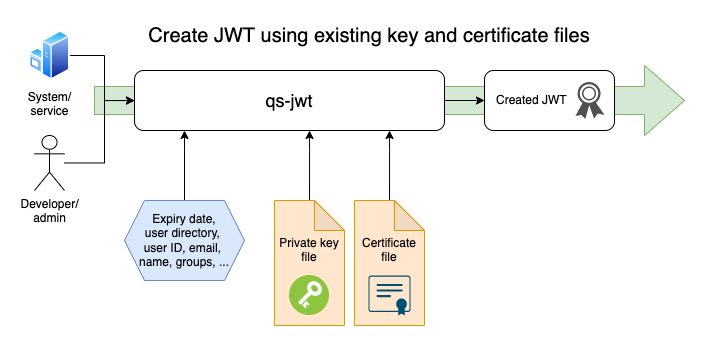
Earlier version of the draw.io export docs/img/qs-jwt-qseow-existing-cert-file-1.png (ptarmiganlabs/qs-jwt). Source tidied: cells renumbered, new cells last; positions are measured from the earlier drawing's top-left corner, leaving out a move shared by most shapes.
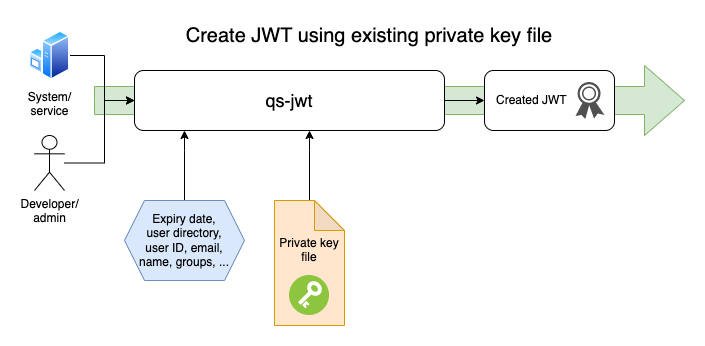
After the commit.

Diff of the diagram source:
```diff
@@ -5,13 +5,13 @@
     <mxCell id="2" style="html=1;shadow=0;dashed=0;align=center;verticalAlign=middle;shape=mxgraph.arrows2.arrow;dy=0.6;dx=40;notch=0;fillColor=#d5e8d4;strokeColor=#82b366;" parent="1" vertex="1">
       <mxGeometry x="66" y="45" width="590" height="70" as="geometry" />
     </mxCell>
-    <mxCell id="3" style="edgeStyle=orthogonalEdgeStyle;rounded=0;jettySize=auto;html=1;" parent="1" edge="1" source="4" target="14">
+    <mxCell id="3" style="edgeStyle=orthogonalEdgeStyle;rounded=0;jettySize=auto;html=1;" parent="1" edge="1" source="4" target="11">
       <mxGeometry relative="1" as="geometry" />
     </mxCell>
     <mxCell id="4" value="qs-jwt" style="rounded=1;whiteSpace=wrap;html=1;fontSize=18;" parent="1" vertex="1">
       <mxGeometry x="106" y="50" width="310" height="60" as="geometry" />
     </mxCell>
-    <mxCell id="5" value="Create JWT using existing key and certificate files" style="text;html=1;strokeColor=none;fillColor=none;align=center;verticalAlign=middle;whiteSpace=wrap;rounded=0;fontSize=20;" parent="1" vertex="1">
+    <mxCell id="5" value="Create JWT using existing private key file" style="text;html=1;strokeColor=none;fillColor=none;align=center;verticalAlign=middle;whiteSpace=wrap;rounded=0;fontSize=20;" parent="1" vertex="1">
       <mxGeometry x="106" width="470" height="30" as="geometry" />
     </mxCell>
     <mxCell id="6" style="edgeStyle=orthogonalEdgeStyle;rounded=0;jettySize=auto;html=1;" parent="1" edge="1" source="7" target="4">
@@ -28,58 +28,44 @@
     <mxCell id="8" style="perimeter=ellipsePerimeter;html=1;align=center;shadow=0;dashed=0;fontColor=#4277BB;labelBackgroundColor=#ffffff;fontSize=12;spacingTop=3;image;image=img/lib/ibm/vpc/Key.svg;" parent="1" vertex="1">
       <mxGeometry x="261" y="255" width="40" height="40" as="geometry" />
     </mxCell>
-    <mxCell id="9" style="edgeStyle=orthogonalEdgeStyle;rounded=0;jettySize=auto;html=1;fontSize=20;" parent="1" edge="1" source="10" target="4">
+    <mxCell id="9" style="edgeStyle=orthogonalEdgeStyle;rounded=0;jettySize=auto;html=1;" parent="1" edge="1" source="10" target="4">
       <mxGeometry relative="1" as="geometry">
         <Array as="points">
-          <mxPoint x="361" y="130" />
-          <mxPoint x="361" y="130" />
+          <mxPoint x="156" y="130" />
+          <mxPoint x="156" y="130" />
         </Array>
       </mxGeometry>
     </mxCell>
-    <mxCell id="10" value="&lt;br&gt;&lt;br&gt;Certificate&lt;br&gt;file" style="shape=note;whiteSpace=wrap;html=1;backgroundOutline=1;darkOpacity=0.05;verticalAlign=top;fillColor=#ffe6cc;strokeColor=#d79b00;" parent="1" vertex="1">
-      <mxGeometry x="326" y="180" width="70" height="125" as="geometry" />
+    <mxCell id="10" value="Expiry date,&lt;br&gt;user directory, &lt;br&gt;user ID, email, &lt;br&gt;name, groups, ..." style="shape=hexagon;perimeter=hexagonPerimeter2;whiteSpace=wrap;html=1;fixedSize=1;fillColor=#dae8fc;strokeColor=#6c8ebf;" parent="1" vertex="1">
+      <mxGeometry x="96" y="180" width="120" height="80" as="geometry" />
     </mxCell>
-    <mxCell id="11" style="points=[[0.015,0.015,0],[0.25,0,0],[0.5,0,0],[0.75,0,0],[0.985,0.015,0],[1,0.22,0],[1,0.44,0],[1,0.67,0],[0.985,0.89,0],[0,0.22,0],[0,0.44,0],[0,0.67,0],[0.015,0.89,0],[0.25,0.91,0],[0.5,0.91,0],[0.785,0.955,0]];verticalLabelPosition=bottom;sketch=0;html=1;verticalAlign=top;align=center;shape=mxgraph.cisco19.x509_certificate;fillColor=#005073;strokeColor=none;" parent="1" vertex="1">
-      <mxGeometry x="339.9" y="255" width="42.1" height="40" as="geometry" />
+    <mxCell id="11" value="Created JWT" style="rounded=1;whiteSpace=wrap;html=1;align=left;spacingLeft=10;" parent="1" vertex="1">
+      <mxGeometry x="456" y="50" width="130" height="60" as="geometry" />
     </mxCell>
-    <mxCell id="12" style="edgeStyle=orthogonalEdgeStyle;rounded=0;jettySize=auto;html=1;" parent="1" edge="1" source="13" target="4">
-      <mxGeometry relative="1" as="geometry">
-        <Array as="points">
-          <mxPoint x="156" y="130" />
-          <mxPoint x="156" y="130" />
-        </Array>
-      </mxGeometry>
+    <mxCell id="12" style="sketch=0;shadow=0;dashed=0;html=1;strokeColor=none;fillColor=#505050;labelPosition=center;verticalLabelPosition=bottom;verticalAlign=top;align=center;shape=mxgraph.office.security.token;" parent="1" vertex="1">
+      <mxGeometry x="547" y="61.5" width="29" height="37" as="geometry" />
     </mxCell>
-    <mxCell id="13" value="Expiry date,&lt;br&gt;user directory, &lt;br&gt;user ID, email, &lt;br&gt;name, groups, ..." style="shape=hexagon;perimeter=hexagonPerimeter2;whiteSpace=wrap;html=1;fixedSize=1;fillColor=#dae8fc;strokeColor=#6c8ebf;" parent="1" vertex="1">
-      <mxGeometry x="96" y="180" width="120" height="80" as="geometry" />
+    <mxCell id="13" style="edgeStyle=orthogonalEdgeStyle;rounded=0;jettySize=auto;html=1;entryX=0;entryY=0.5;entryDx=0;entryDy=0;fontSize=12;" parent="1" edge="1" source="14" target="4">
+      <mxGeometry relative="1" as="geometry">
+        <Array as="points">
+          <mxPoint x="76" y="143" />
+          <mxPoint x="76" y="80" />
+        </Array>
+      </mxGeometry>
     </mxCell>
-    <mxCell id="14" value="Created JWT" style="rounded=1;whiteSpace=wrap;html=1;align=left;spacingLeft=10;" parent="1" vertex="1">
-      <mxGeometry x="456" y="50" width="130" height="60" as="geometry" />
+    <mxCell id="14" value="Developer/&lt;br&gt;admin" style="shape=umlActor;verticalLabelPosition=bottom;verticalAlign=top;html=1;outlineConnect=0;fontSize=12;" parent="1" vertex="1">
+      <mxGeometry x="6" y="115" width="30" height="55" as="geometry" />
     </mxCell>
-    <mxCell id="15" style="sketch=0;shadow=0;dashed=0;html=1;strokeColor=none;fillColor=#505050;labelPosition=center;verticalLabelPosition=bottom;verticalAlign=top;align=center;shape=mxgraph.office.security.token;" parent="1" vertex="1">
-      <mxGeometry x="547" y="61.5" width="29" height="37" as="geometry" />
+    <mxCell id="15" style="edgeStyle=orthogonalEdgeStyle;rounded=0;jettySize=auto;html=1;fontSize=12;" parent="1" edge="1" source="16" target="4">
+      <mxGeometry relative="1" as="geometry">
+        <Array as="points">
+          <mxPoint x="76" y="35" />
+          <mxPoint x="76" y="80" />
+        </Array>
+      </mxGeometry>
     </mxCell>
-    <mxCell id="16" style="edgeStyle=orthogonalEdgeStyle;rounded=0;jettySize=auto;html=1;entryX=0;entryY=0.5;entryDx=0;entryDy=0;fontSize=12;" parent="1" edge="1" source="17" target="4">
-      <mxGeometry relative="1" as="geometry">
-        <Array as="points">
-          <mxPoint x="76" y="143" />
-          <mxPoint x="76" y="80" />
-        </Array>
-      </mxGeometry>
+    <mxCell id="16" value="System/&lt;br style=&quot;font-size: 12px&quot;&gt;service" style="perimeter=ellipsePerimeter;html=1;align=center;shadow=0;dashed=0;spacingTop=3;image;image=img/lib/active_directory/windows_server.svg;fontSize=12;" parent="1" vertex="1">
+      <mxGeometry x="0.5" y="10" width="41" height="50" as="geometry" />
     </mxCell>
-    <mxCell id="17" value="Developer/&lt;br&gt;admin" style="shape=umlActor;verticalLabelPosition=bottom;verticalAlign=top;html=1;outlineConnect=0;fontSize=12;" parent="1" vertex="1">
-      <mxGeometry x="6" y="115" width="30" height="55" as="geometry" />
-    </mxCell>
-    <mxCell id="18" style="edgeStyle=orthogonalEdgeStyle;rounded=0;jettySize=auto;html=1;fontSize=12;" parent="1" edge="1" source="19" target="4">
-      <mxGeometry relative="1" as="geometry">
-        <Array as="points">
-          <mxPoint x="76" y="35" />
-          <mxPoint x="76" y="80" />
-        </Array>
-      </mxGeometry>
-    </mxCell>
-    <mxCell id="19" value="System/&lt;br style=&quot;font-size: 12px&quot;&gt;service" style="perimeter=ellipsePerimeter;html=1;align=center;shadow=0;dashed=0;spacingTop=3;image;image=img/lib/active_directory/windows_server.svg;fontSize=12;" parent="1" vertex="1">
-      <mxGeometry x="0.5" y="10" width="41" height="50" as="geometry" />
-    </mxCell>
   </root>
 </mxGraphModel>
```
